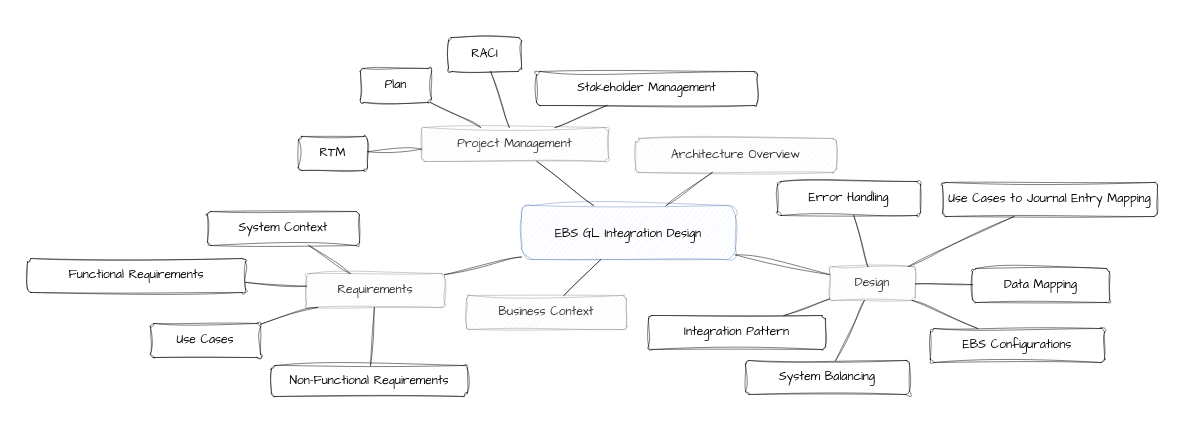
This is page "GL Design Mindmap" (5 of 5) of ALC KAMBI.drawio from luclalor/Draw_IO, a draw.io file, before an edit. Source tidied: cells renumbered, new cells numbered last; positions are measured from the earlier drawing's top-left corner, leaving out a move shared by most shapes. Both pictures are drawn from the tidied source at 100%, with x=0, y=0 at pixel (27, 37).
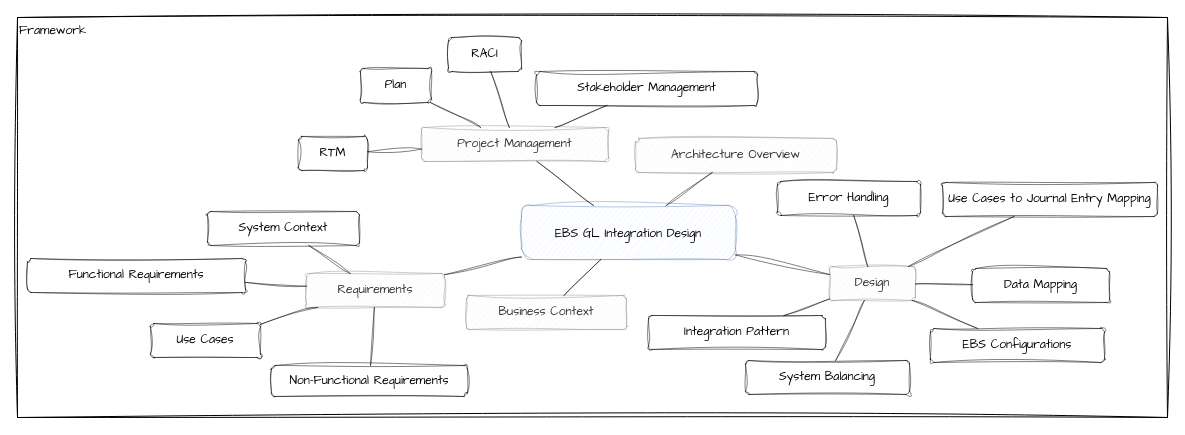
The same page after the edit.

Commit message:
Update ALC KAMBI - GL Design Midmap add style.drawio

What changed in the source:
```diff
@@
+    <mxCell id="41" value="Framework" style="rounded=0;whiteSpace=wrap;html=1;sketch=1;hachureGap=4;jiggle=2;curveFitting=1;fontFamily=Architects Daughter;align=left;verticalAlign=top;" parent="1" vertex="1">
+      <mxGeometry x="-10" y="-20" width="1150" height="400" as="geometry" />
+    </mxCell>
```
